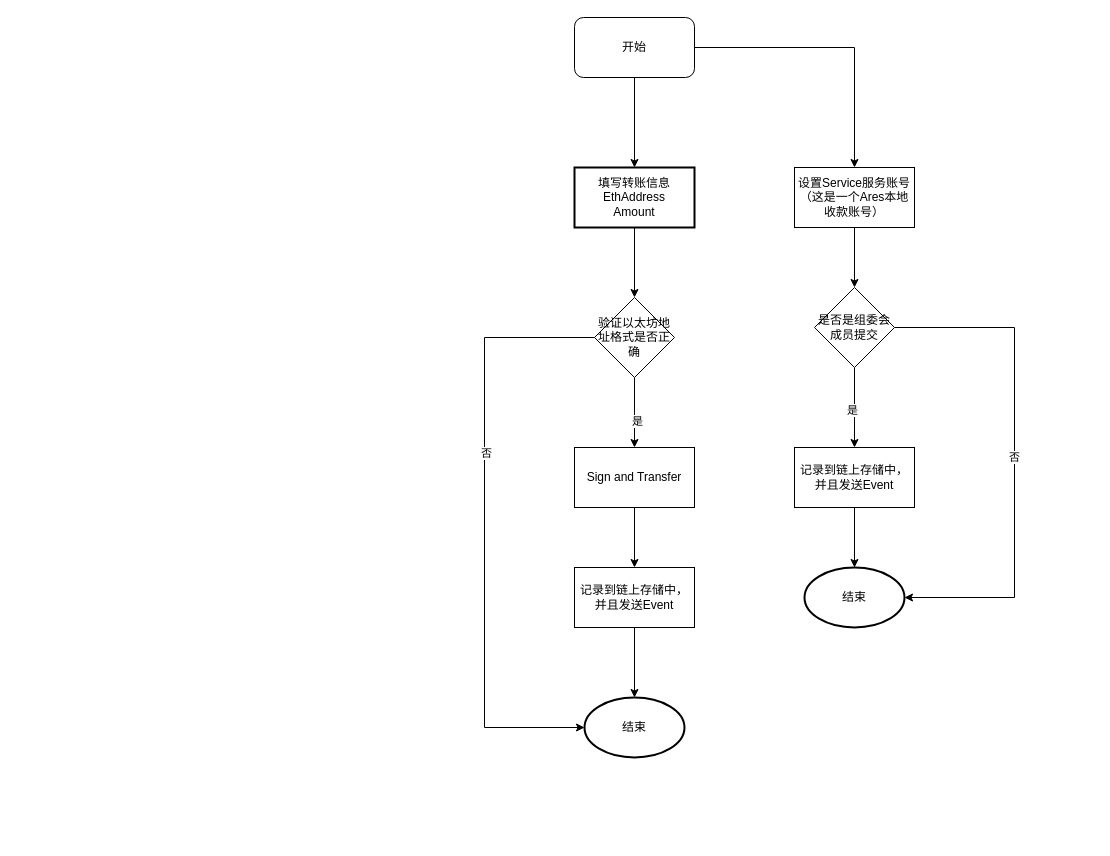
The draw.io diagram 简易转账流程.drawio in kami1983/umls, before the edit. Source tidied: cells renumbered, new cells numbered last; positions are measured from the earlier drawing's top-left corner, leaving out a move shared by most shapes. Both pictures are drawn from the tidied source at 100%, with x=0, y=0 at pixel (484, 17).
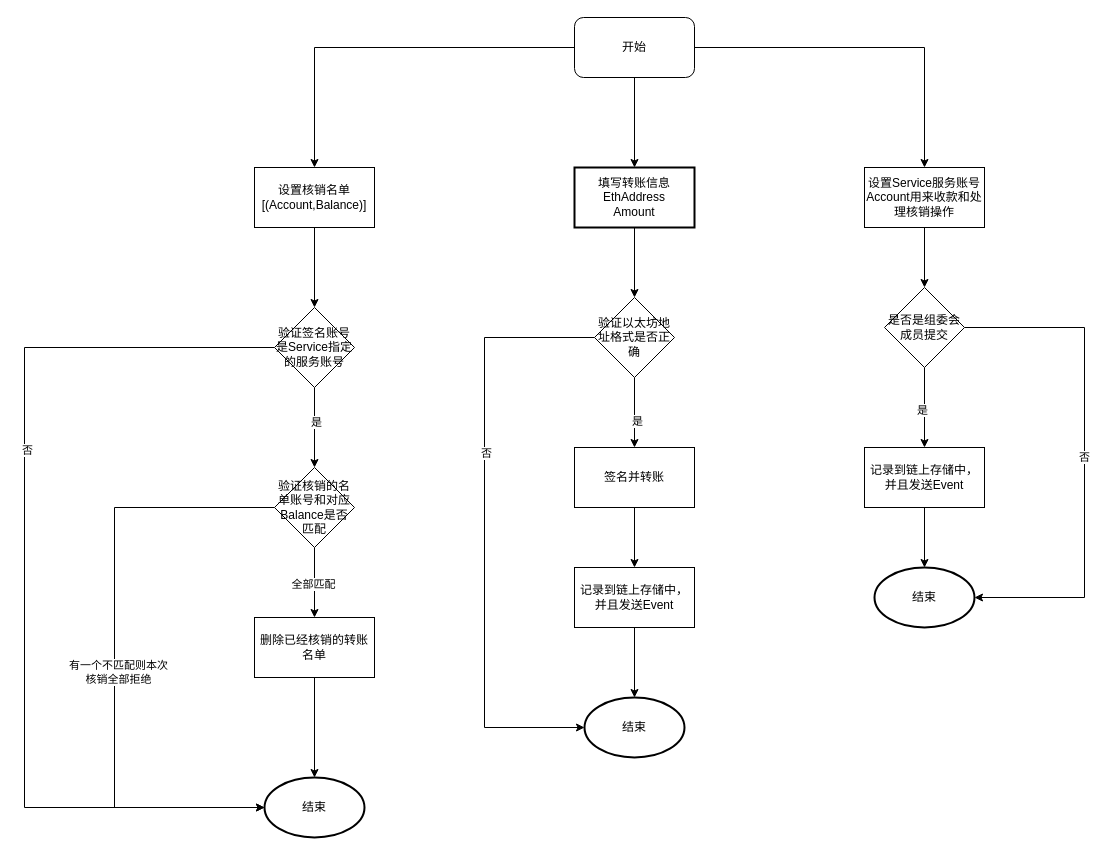
The same diagram, later.

Commit message (it also covers changes not shown here):
Update 简易转账流程.drawio

The change refers to these unchanged cells:
```xml
<mxCell id="9" value="开始" style="rounded=1;whiteSpace=wrap;html=1;" parent="1" vertex="1">
  <mxGeometry x="90" width="120" height="60" as="geometry" />
</mxCell>
```

Change to the diagram source:
```diff
@@
-    <mxCell id="5" value="Sign and Transfer" style="rounded=0;whiteSpace=wrap;html=1;" parent="1" vertex="1">
+    <mxCell id="5" value="签名并转账" style="rounded=0;whiteSpace=wrap;html=1;" parent="1" vertex="1">
       <mxGeometry x="90" y="430" width="120" height="60" as="geometry" />
     </mxCell>
@@
+    <mxCell id="26" style="edgeStyle=orthogonalEdgeStyle;rounded=0;jettySize=auto;html=1;" parent="1" edge="1" source="9" target="28">
+      <mxGeometry relative="1" as="geometry" />
+    </mxCell>
@@
-    <mxCell id="11" value="设置Service服务账号（这是一个Ares本地收款账号）" style="rounded=0;whiteSpace=wrap;html=1;" parent="1" vertex="1">
-      <mxGeometry x="310" y="150" width="120" height="60" as="geometry" />
+    <mxCell id="11" value="设置Service服务账号&lt;br&gt;Account用来收款和处理核销操作" style="rounded=0;whiteSpace=wrap;html=1;" parent="1" vertex="1">
+      <mxGeometry x="380" y="150" width="120" height="60" as="geometry" />
     </mxCell>
@@
     <mxCell id="14" value="否" style="edgeStyle=orthogonalEdgeStyle;rounded=0;jettySize=auto;html=1;entryX=1;entryY=0.5;entryDx=0;entryDy=0;entryPerimeter=0;" parent="1" edge="1" source="15" target="23">
       <mxGeometry relative="1" as="geometry">
         <Array as="points">
-          <mxPoint x="530" y="310" />
-          <mxPoint x="530" y="580" />
+          <mxPoint x="600" y="310" />
+          <mxPoint x="600" y="580" />
         </Array>
       </mxGeometry>
     </mxCell>
     <mxCell id="15" value="是否是组委会成员提交" style="rhombus;whiteSpace=wrap;html=1;" parent="1" vertex="1">
-      <mxGeometry x="330" y="270" width="80" height="80" as="geometry" />
+      <mxGeometry x="400" y="270" width="80" height="80" as="geometry" />
     </mxCell>
@@
     <mxCell id="23" value="结束" style="strokeWidth=2;html=1;shape=mxgraph.flowchart.start_1;whiteSpace=wrap;" parent="1" vertex="1">
-      <mxGeometry x="320" y="550" width="100" height="60" as="geometry" />
+      <mxGeometry x="390" y="550" width="100" height="60" as="geometry" />
     </mxCell>
@@
     <mxCell id="25" value="记录到链上存储中，并且发送Event" style="rounded=0;whiteSpace=wrap;html=1;" parent="1" vertex="1">
-      <mxGeometry x="310" y="430" width="120" height="60" as="geometry" />
+      <mxGeometry x="380" y="430" width="120" height="60" as="geometry" />
     </mxCell>
+    <mxCell id="27" style="edgeStyle=orthogonalEdgeStyle;rounded=0;jettySize=auto;html=1;entryX=0.5;entryY=0;entryDx=0;entryDy=0;" parent="1" edge="1" source="28" target="41">
+      <mxGeometry relative="1" as="geometry" />
+    </mxCell>
+    <mxCell id="28" value="设置核销名单&lt;br&gt;[(Account,Balance)]" style="rounded=0;whiteSpace=wrap;html=1;" parent="1" vertex="1">
+      <mxGeometry x="-230" y="150" width="120" height="60" as="geometry" />
+    </mxCell>
+    <mxCell id="29" style="edgeStyle=orthogonalEdgeStyle;rounded=0;jettySize=auto;html=1;" parent="1" edge="1" source="33" target="36">
+      <mxGeometry relative="1" as="geometry" />
+    </mxCell>
+    <mxCell id="30" value="全部匹配" style="edgeLabel;html=1;align=center;verticalAlign=middle;" parent="29" vertex="1">
+      <mxGeometry x="0.02" y="-2" relative="1" as="geometry" />
+    </mxCell>
+    <mxCell id="31" style="edgeStyle=orthogonalEdgeStyle;rounded=0;jettySize=auto;html=1;entryX=0;entryY=0.5;entryDx=0;entryDy=0;entryPerimeter=0;" parent="1" edge="1" source="33" target="34">
+      <mxGeometry relative="1" as="geometry">
+        <Array as="points">
+          <mxPoint x="-370" y="490" />
+          <mxPoint x="-370" y="790" />
+        </Array>
+      </mxGeometry>
+    </mxCell>
+    <mxCell id="32" value="有一个不匹配则本次&lt;br&gt;核销全部拒绝" style="edgeLabel;html=1;align=center;verticalAlign=middle;" parent="31" vertex="1">
+      <mxGeometry x="0.06" y="3" relative="1" as="geometry">
+        <mxPoint y="1" as="offset" />
+      </mxGeometry>
+    </mxCell>
+    <mxCell id="33" value="验证核销的名单账号和对应Balance是否匹配" style="rhombus;whiteSpace=wrap;html=1;" parent="1" vertex="1">
+      <mxGeometry x="-210" y="450" width="80" height="80" as="geometry" />
+    </mxCell>
+    <mxCell id="34" value="结束" style="strokeWidth=2;html=1;shape=mxgraph.flowchart.start_1;whiteSpace=wrap;" parent="1" vertex="1">
+      <mxGeometry x="-220" y="760" width="100" height="60" as="geometry" />
+    </mxCell>
+    <mxCell id="35" style="edgeStyle=orthogonalEdgeStyle;rounded=0;jettySize=auto;html=1;" parent="1" edge="1" source="36" target="34">
+      <mxGeometry relative="1" as="geometry" />
+    </mxCell>
+    <mxCell id="36" value="删除已经核销的转账名单" style="rounded=0;whiteSpace=wrap;html=1;" parent="1" vertex="1">
+      <mxGeometry x="-230" y="600" width="120" height="60" as="geometry" />
+    </mxCell>
+    <mxCell id="37" style="edgeStyle=orthogonalEdgeStyle;rounded=0;jettySize=auto;html=1;entryX=0.5;entryY=0;entryDx=0;entryDy=0;" parent="1" edge="1" source="41" target="33">
+      <mxGeometry relative="1" as="geometry" />
+    </mxCell>
+    <mxCell id="38" value="是" style="edgeLabel;html=1;align=center;verticalAlign=middle;" parent="37" vertex="1">
+      <mxGeometry x="-0.14" y="1" relative="1" as="geometry" />
+    </mxCell>
+    <mxCell id="39" style="edgeStyle=orthogonalEdgeStyle;rounded=0;jettySize=auto;html=1;entryX=0;entryY=0.5;entryDx=0;entryDy=0;entryPerimeter=0;" parent="1" edge="1" source="41" target="34">
+      <mxGeometry relative="1" as="geometry">
+        <Array as="points">
+          <mxPoint x="-460" y="330" />
+          <mxPoint x="-460" y="790" />
+        </Array>
+      </mxGeometry>
+    </mxCell>
+    <mxCell id="40" value="否" style="edgeLabel;html=1;align=center;verticalAlign=middle;" parent="39" vertex="1">
+      <mxGeometry x="-0.26" y="2" relative="1" as="geometry" />
+    </mxCell>
+    <mxCell id="41" value="验证签名账号是Service指定的服务账号" style="rhombus;whiteSpace=wrap;html=1;" parent="1" vertex="1">
+      <mxGeometry x="-210" y="290" width="80" height="80" as="geometry" />
+    </mxCell>
```
